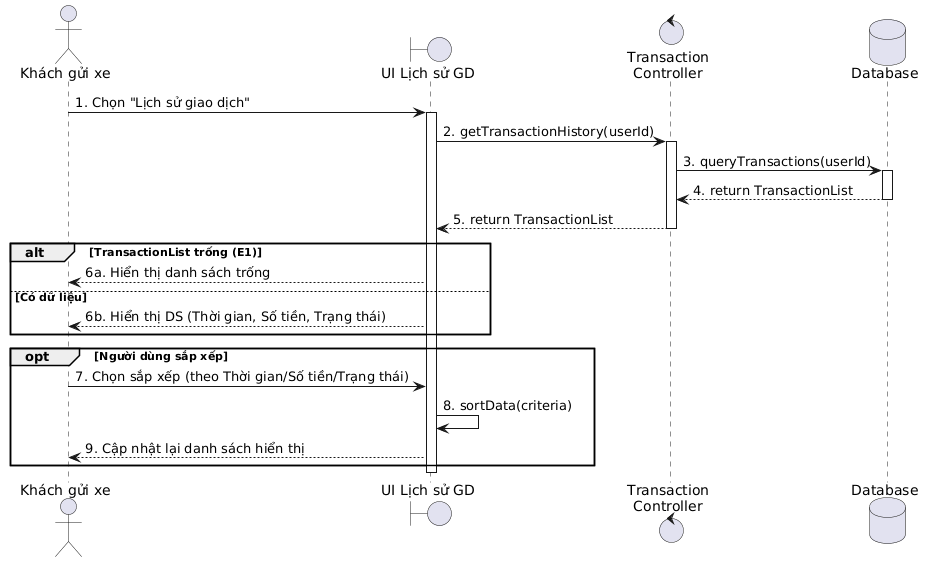
KTX-0711/Software-Engineering-Assignment-HK252 keeps this PlantUML diagram as LaTex/pictures/seq_lichsugiaodich.png. Above is the earlier version. Its diagram source:
```plantuml
@startuml
actor "Khách gửi xe" as User
boundary "UI Lịch sử GD" as UI
control "Transaction\nController" as Controller
database "Database" as DB

User -> UI : 1. Chọn "Lịch sử giao dịch"
activate UI

UI -> Controller : 2. getTransactionHistory(userId)
activate Controller

Controller -> DB : 3. queryTransactions(userId)
activate DB

DB --> Controller : 4. return TransactionList
deactivate DB

Controller --> UI : 5. return TransactionList
deactivate Controller

alt TransactionList trống (E1)
    UI --> User : 6a. Hiển thị danh sách trống
else Có dữ liệu
    UI --> User : 6b. Hiển thị DS (Thời gian, Số tiền, Trạng thái)
end

opt Người dùng sắp xếp
    User -> UI : 7. Chọn sắp xếp (theo Thời gian/Số tiền/Trạng thái)
    UI -> UI : 8. sortData(criteria)
    UI --> User : 9. Cập nhật lại danh sách hiển thị
end

deactivate UI
@enduml
```
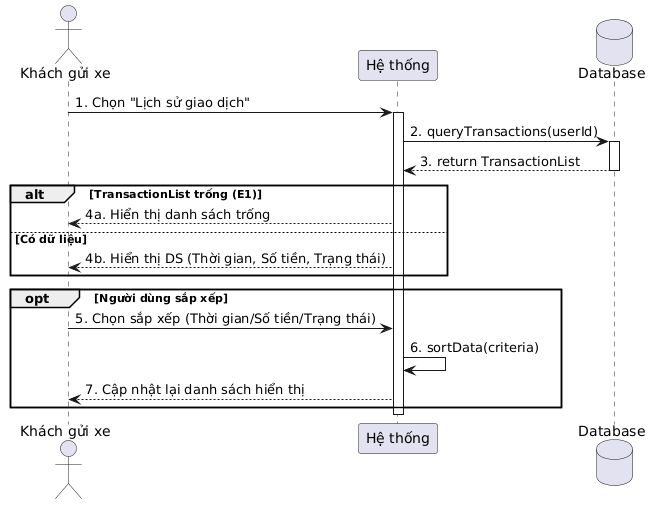
Above is the later version.

Diff of the diagram source:
```diff
@@ -1,35 +1,27 @@
 @startuml
 actor "Khách gửi xe" as User
-boundary "UI Lịch sử GD" as UI
-control "Transaction\nController" as Controller
+participant "Hệ thống" as System
 database "Database" as DB
 
-User -> UI : 1. Chọn "Lịch sử giao dịch"
-activate UI
+User -> System : 1. Chọn "Lịch sử giao dịch"
+activate System
 
-UI -> Controller : 2. getTransactionHistory(userId)
-activate Controller
-
-Controller -> DB : 3. queryTransactions(userId)
+System -> DB : 2. queryTransactions(userId)
 activate DB
-
-DB --> Controller : 4. return TransactionList
+DB --> System : 3. return TransactionList
 deactivate DB
 
-Controller --> UI : 5. return TransactionList
-deactivate Controller
-
 alt TransactionList trống (E1)
-    UI --> User : 6a. Hiển thị danh sách trống
+    System --> User : 4a. Hiển thị danh sách trống
 else Có dữ liệu
-    UI --> User : 6b. Hiển thị DS (Thời gian, Số tiền, Trạng thái)
+    System --> User : 4b. Hiển thị DS (Thời gian, Số tiền, Trạng thái)
 end
 
 opt Người dùng sắp xếp
-    User -> UI : 7. Chọn sắp xếp (theo Thời gian/Số tiền/Trạng thái)
-    UI -> UI : 8. sortData(criteria)
-    UI --> User : 9. Cập nhật lại danh sách hiển thị
+    User -> System : 5. Chọn sắp xếp (Thời gian/Số tiền/Trạng thái)
+    System -> System : 6. sortData(criteria)
+    System --> User : 7. Cập nhật lại danh sách hiển thị
 end
 
-deactivate UI
+deactivate System
 @enduml
```
